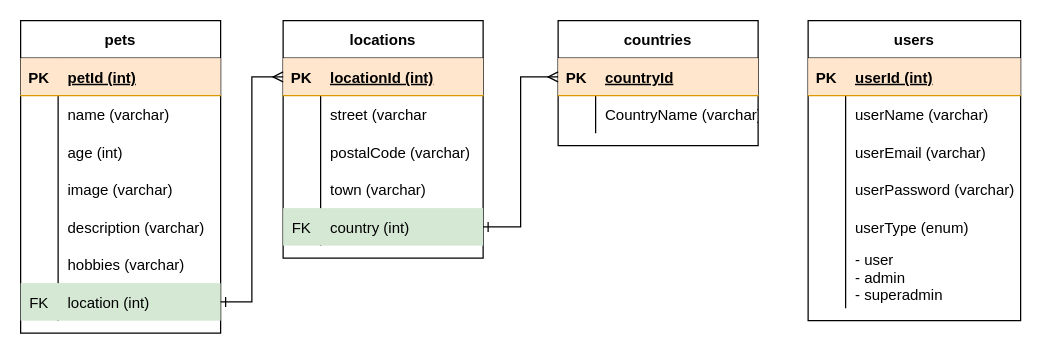
mbalabanov/CFLMS-MarinBalabanov-CodeReview-11 keeps this draw.io diagram as concept/src/datamodel-adoptapet.drawio. Above is the earlier version. Source tidied: cells renumbered, new cells numbered last; positions are measured from the earlier drawing's top-left corner, leaving out a move shared by most shapes. Both pictures are drawn from the tidied source at 125%, with x=0, y=0 at pixel (20, 20).
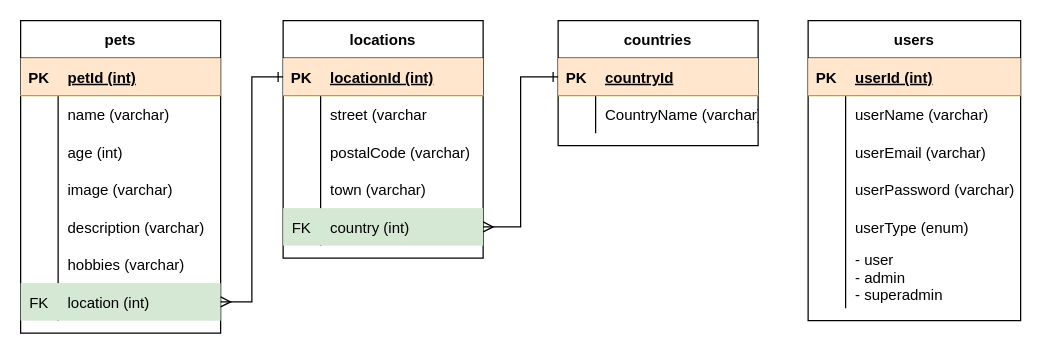
The same diagram, later.

Unchanged cells that the change refers to:
```xml
<mxCell id="21" style="shape=partialRectangle;fillColor=#d5e8d4;top=0;left=0;bottom=0;right=0;points=[[0,0.5],[1,0.5]];portConstraint=eastwest;strokeColor=#82b366;" parent="2" vertex="1">
  <mxGeometry y="210" width="160" height="30" as="geometry" />
</mxCell>
<mxCell id="25" style="shape=partialRectangle;fillColor=#ffe6cc;top=0;left=0;bottom=1;right=0;points=[[0,0.5],[1,0.5]];portConstraint=eastwest;strokeColor=#d79b00;" parent="24" vertex="1">
  <mxGeometry y="30" width="160" height="30" as="geometry" />
</mxCell>
<mxCell id="37" style="shape=partialRectangle;fillColor=#d5e8d4;top=0;left=0;bottom=0;right=0;points=[[0,0.5],[1,0.5]];portConstraint=eastwest;strokeColor=#82b366;" parent="24" vertex="1">
  <mxGeometry y="150" width="160" height="30" as="geometry" />
</mxCell>
<mxCell id="41" style="shape=partialRectangle;fillColor=#ffe6cc;top=0;left=0;bottom=1;right=0;points=[[0,0.5],[1,0.5]];portConstraint=eastwest;strokeColor=#d79b00;" parent="40" vertex="1">
  <mxGeometry y="30" width="160" height="30" as="geometry" />
</mxCell>
```

The edit, as a diff of the source:
```diff
@@
-    <mxCell id="47" style="edgeStyle=orthogonalEdgeStyle;rounded=0;jettySize=auto;html=1;entryX=0;entryY=0.5;entryDx=0;entryDy=0;endArrow=ERmany;endFill=0;startArrow=ERone;startFill=0;" parent="1" edge="1" source="21" target="25">
+    <mxCell id="47" style="edgeStyle=orthogonalEdgeStyle;rounded=0;jettySize=auto;html=1;entryX=0;entryY=0.5;entryDx=0;entryDy=0;endArrow=ERone;endFill=0;startArrow=ERmany;startFill=0;" parent="1" edge="1" source="21" target="25">
       <mxGeometry relative="1" as="geometry" />
     </mxCell>
-    <mxCell id="48" style="edgeStyle=orthogonalEdgeStyle;rounded=0;jettySize=auto;html=1;entryX=0;entryY=0.5;entryDx=0;entryDy=0;startArrow=ERone;startFill=0;endArrow=ERmany;endFill=0;" parent="1" edge="1" source="37" target="41">
+    <mxCell id="48" style="edgeStyle=orthogonalEdgeStyle;rounded=0;jettySize=auto;html=1;entryX=0;entryY=0.5;entryDx=0;entryDy=0;startArrow=ERmany;startFill=0;endArrow=ERone;endFill=0;" parent="1" edge="1" source="37" target="41">
       <mxGeometry relative="1" as="geometry" />
     </mxCell>
```
